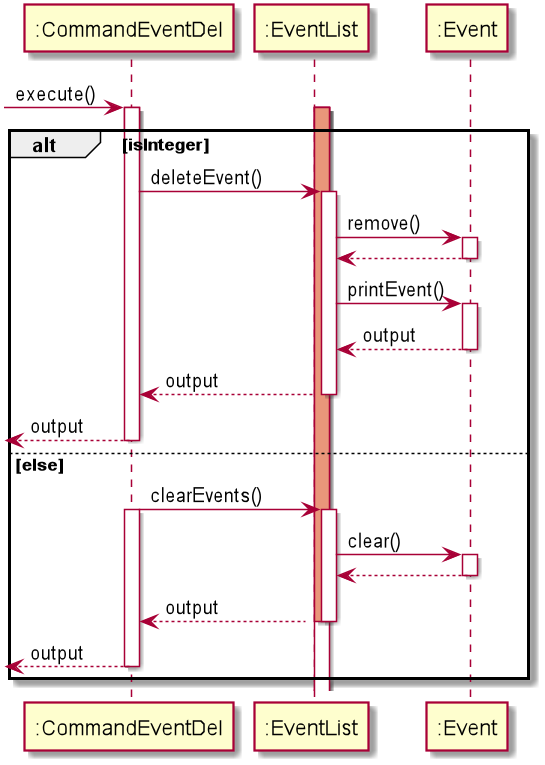
The PlantUML diagram docs/EventDiagram/SequenceDiagram/CommandEventDelete.png in nus-cs2113-AY2021S1/tp, before a commit. Its diagram source:
```plantuml
@startuml

 -> ":CommandEventDel": execute()
activate ":CommandEventDel"
activate ":EventList"
activate ":EventList" #DarkSalmon
alt isInteger
    ":CommandEventDel" -> ":EventList" : deleteEvent()
    activate ":EventList"
    ":EventList" -> ":Event": remove()
    activate ":Event"
    return
    ":EventList" -> ":Event" : printEvent()
   activate ":Event"
    return output
    return output
    return output
else else
":CommandEventDel" -> ":EventList" : clearEvents()
 activate ":EventList"
 activate ":CommandEventDel"
 ":EventList" -> ":Event": clear()
 activate ":Event"
 return
 return output
 deactivate ":EventList"
 return output
 deactivate ":CommandEventDel"
end
@enduml
```
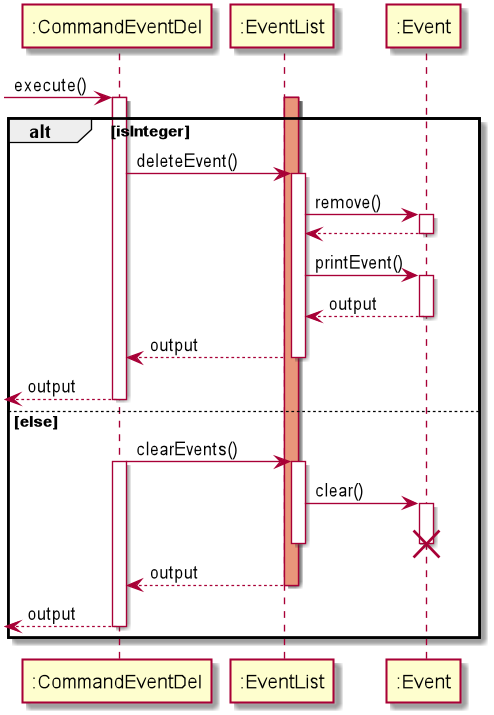
Above is the later version.

Change to the diagram source:
```diff
@@ -5,7 +5,7 @@
 activate ":EventList"
 activate ":EventList" #DarkSalmon
 alt isInteger
-    ":CommandEventDel" -> ":EventList" : deleteEvent()
+   ":CommandEventDel" -> ":EventList" : deleteEvent()
     activate ":EventList"
     ":EventList" -> ":Event": remove()
     activate ":Event"
@@ -19,9 +19,11 @@
 ":CommandEventDel" -> ":EventList" : clearEvents()
  activate ":EventList"
  activate ":CommandEventDel"
- ":EventList" -> ":Event": clear()
+ ":EventList" -> ":Event":  clear()
  activate ":Event"
- return
+ destroy ":Event"
+ deactivate ":Event"
+ deactivate ":EventList"
  return output
  deactivate ":EventList"
  return output
```
